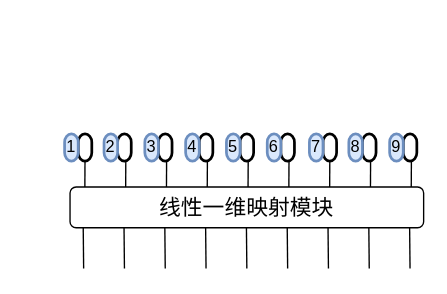
Before: 未命名绘图.drawio in infiniteaim/Repository-from-Anonus, a draw.io diagram. Source tidied: cells renumbered, new cells numbered last; positions are measured from the earlier drawing's top-left corner, leaving out a move shared by most shapes. Both pictures are drawn from the tidied source at 136%, with x=0, y=0 at pixel (64, 133).
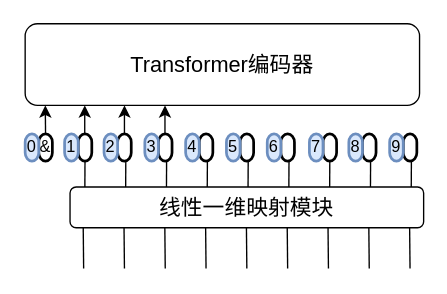
Above is the later version.

Commit message (it also covers changes not shown here):
更新未命名绘图.drawio

The edit, as a diff of the source:
```diff
@@
+    <mxCell id="39" value="&amp;amp;" style="strokeWidth=2;html=1;shape=mxgraph.flowchart.terminator;whiteSpace=wrap;direction=south;" parent="1" vertex="1">
+      <mxGeometry x="-19" width="10" height="20" as="geometry" />
+    </mxCell>
+    <mxCell id="40" value="0" style="strokeWidth=2;html=1;shape=mxgraph.flowchart.terminator;whiteSpace=wrap;direction=south;fillColor=#dae8fc;strokeColor=#6c8ebf;" parent="1" vertex="1">
+      <mxGeometry x="-29" width="10" height="20" as="geometry" />
+    </mxCell>
+    <mxCell id="41" value="&lt;font style=&quot;font-size: 16px;&quot;&gt;Transformer编码器&lt;/font&gt;" style="rounded=1;whiteSpace=wrap;html=1;" parent="1" vertex="1">
+      <mxGeometry x="-29" y="-81" width="290" height="60" as="geometry" />
+    </mxCell>
+    <mxCell id="42" style="edgeStyle=orthogonalEdgeStyle;rounded=0;jettySize=auto;html=1;exitX=0;exitY=0.5;exitDx=0;exitDy=0;exitPerimeter=0;entryX=0.051;entryY=1;entryDx=0;entryDy=0;entryPerimeter=0;" parent="1" edge="1" source="39" target="41">
+      <mxGeometry relative="1" as="geometry" />
+    </mxCell>
+    <mxCell id="43" style="edgeStyle=orthogonalEdgeStyle;rounded=0;orthogonalLoop=1;jettySize=auto;html=1;exitX=0;exitY=0.5;exitDx=0;exitDy=0;exitPerimeter=0;entryX=0.051;entryY=1;entryDx=0;entryDy=0;entryPerimeter=0;" parent="1" edge="1">
+      <mxGeometry relative="1" as="geometry">
+        <mxPoint x="14.8" as="sourcePoint" />
+        <mxPoint x="14.8" y="-21" as="targetPoint" />
+        <Array as="points">
+          <mxPoint x="14.8" y="-21" />
+        </Array>
+      </mxGeometry>
+    </mxCell>
+    <mxCell id="44" style="edgeStyle=orthogonalEdgeStyle;rounded=0;orthogonalLoop=1;jettySize=auto;html=1;exitX=0;exitY=0.5;exitDx=0;exitDy=0;exitPerimeter=0;entryX=0.051;entryY=1;entryDx=0;entryDy=0;entryPerimeter=0;" parent="1" edge="1">
+      <mxGeometry relative="1" as="geometry">
+        <mxPoint x="44" as="sourcePoint" />
+        <mxPoint x="44" y="-21" as="targetPoint" />
+      </mxGeometry>
+    </mxCell>
+    <mxCell id="45" style="edgeStyle=orthogonalEdgeStyle;rounded=0;orthogonalLoop=1;jettySize=auto;html=1;exitX=0;exitY=0.5;exitDx=0;exitDy=0;exitPerimeter=0;entryX=0.051;entryY=1;entryDx=0;entryDy=0;entryPerimeter=0;" parent="1" edge="1">
+      <mxGeometry relative="1" as="geometry">
+        <mxPoint x="73.8" as="sourcePoint" />
+        <mxPoint x="73.8" y="-21" as="targetPoint" />
+        <Array as="points">
+          <mxPoint x="73.8" y="-21" />
+        </Array>
+      </mxGeometry>
+    </mxCell>
```
